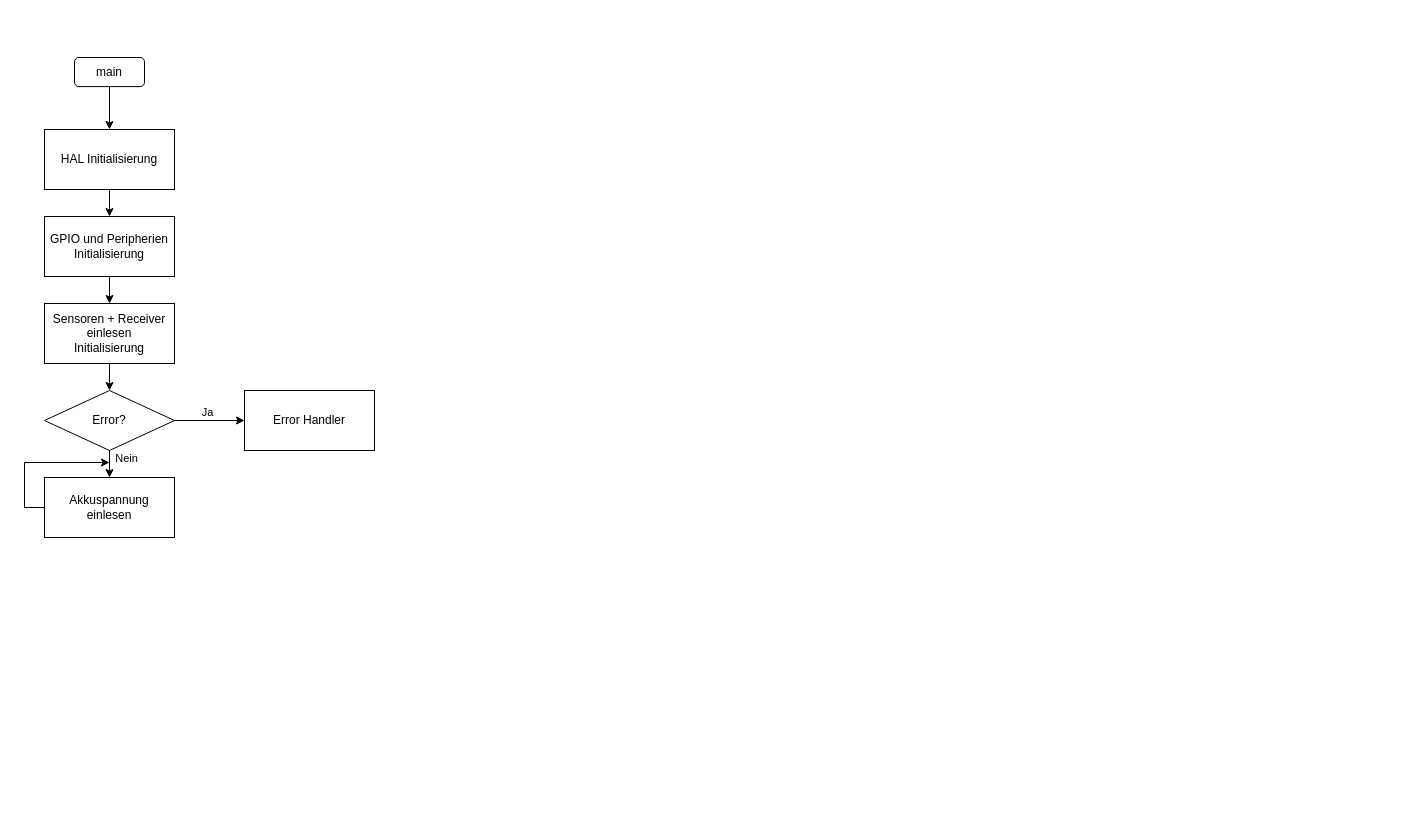
The draw.io diagram page "main" (2 of 5) of Dokumentation/Bilder/Softwarearchitektur/Softwarearchitektur.drawio in FrogMoment/FPV_Drohne_202324, before the edit. Source tidied: cells renumbered, new cells numbered last; positions are measured from the earlier drawing's top-left corner, leaving out a move shared by most shapes. Both pictures are drawn from the tidied source at 100%, with x=0, y=0 at pixel (24, 57).
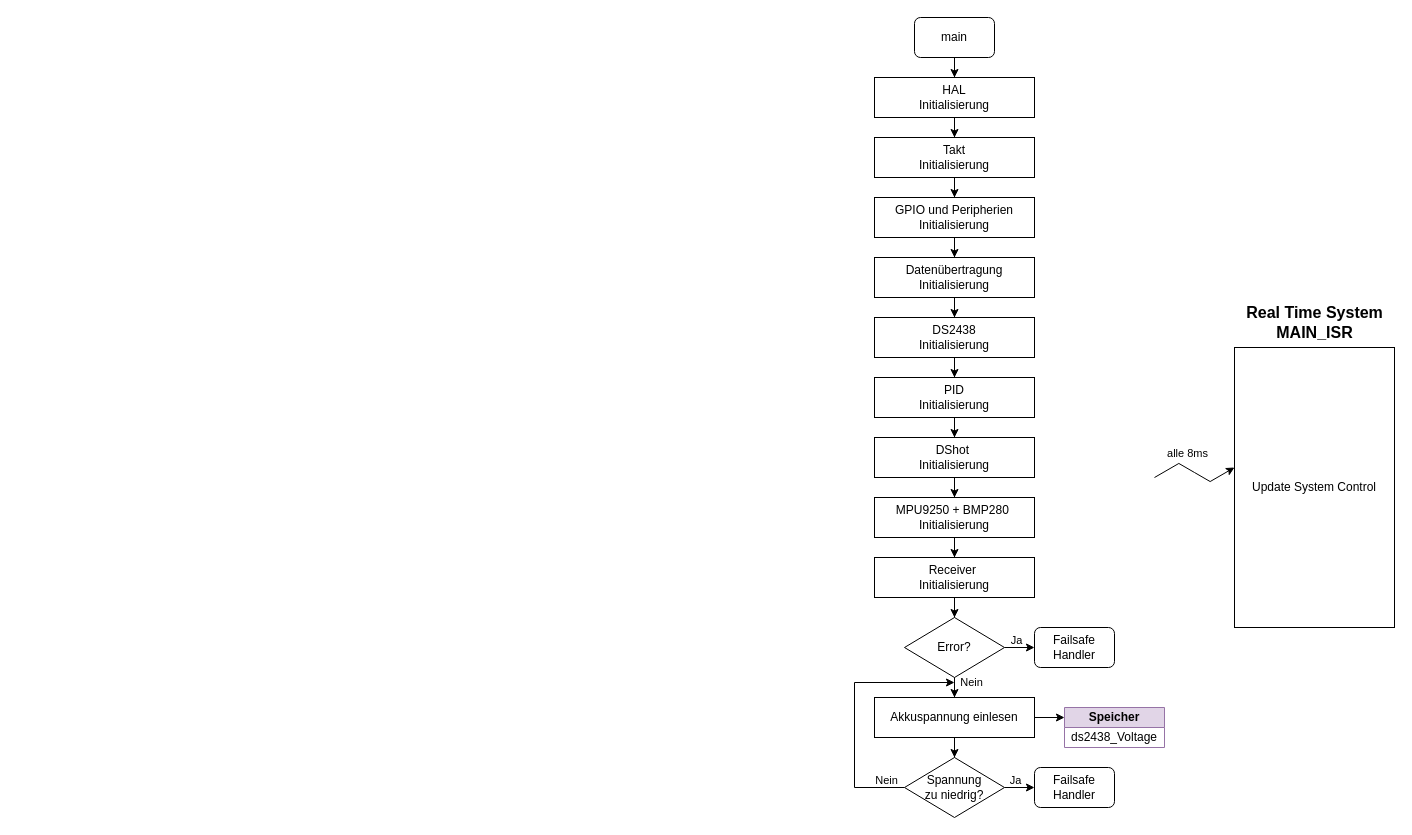
After the change.

The edit, as a diff of the source:
```diff
@@
     <mxCell id="3" value="main" style="whiteSpace=wrap;html=1;rounded=1;" parent="1" vertex="1">
-      <mxGeometry x="50" width="70" height="29.1" as="geometry" />
+      <mxGeometry x="890" y="-40" width="80" height="40" as="geometry" />
     </mxCell>
-    <mxCell id="4" style="edgeStyle=orthogonalEdgeStyle;rounded=0;jettySize=auto;html=1;entryX=0.5;entryY=0;entryDx=0;entryDy=0;" parent="1" edge="1" source="5" target="7">
-      <mxGeometry relative="1" as="geometry" />
-    </mxCell>
+    <mxCell id="18" style="edgeStyle=orthogonalEdgeStyle;rounded=0;jettySize=auto;html=1;entryX=0.5;entryY=0;entryDx=0;entryDy=0;" parent="1" edge="1" source="5" target="20">
+      <mxGeometry relative="1" as="geometry" />
+    </mxCell>
-    <mxCell id="5" value="HAL Initialisierung" style="whiteSpace=wrap;html=1;" parent="1" vertex="1">
-      <mxGeometry x="20" y="72" width="130" height="60" as="geometry" />
+    <mxCell id="5" value="HAL&lt;div&gt;Initialisierung&lt;/div&gt;" style="whiteSpace=wrap;html=1;" parent="1" vertex="1">
+      <mxGeometry x="850" y="20" width="160" height="40" as="geometry" />
     </mxCell>
-    <mxCell id="6" style="edgeStyle=orthogonalEdgeStyle;rounded=0;jettySize=auto;html=1;entryX=0.5;entryY=0;entryDx=0;entryDy=0;" parent="1" edge="1" source="7" target="9">
-      <mxGeometry relative="1" as="geometry" />
-    </mxCell>
+    <mxCell id="19" style="edgeStyle=orthogonalEdgeStyle;rounded=0;jettySize=auto;html=1;entryX=0.5;entryY=0;entryDx=0;entryDy=0;" parent="1" edge="1" source="20" target="7">
+      <mxGeometry relative="1" as="geometry" />
+    </mxCell>
+    <mxCell id="20" value="Takt&lt;div&gt;Initialisierung&lt;/div&gt;" style="whiteSpace=wrap;html=1;" parent="1" vertex="1">
+      <mxGeometry x="850" y="80" width="160" height="40" as="geometry" />
+    </mxCell>
+    <mxCell id="21" style="edgeStyle=orthogonalEdgeStyle;rounded=0;jettySize=auto;html=1;entryX=0.5;entryY=0;entryDx=0;entryDy=0;" parent="1" edge="1" source="7" target="23">
+      <mxGeometry relative="1" as="geometry" />
+    </mxCell>
     <mxCell id="7" value="GPIO und Peripherien Initialisierung" style="whiteSpace=wrap;html=1;" parent="1" vertex="1">
-      <mxGeometry x="20" y="159" width="130" height="60" as="geometry" />
+      <mxGeometry x="850" y="140" width="160" height="40" as="geometry" />
     </mxCell>
-    <mxCell id="8" style="edgeStyle=orthogonalEdgeStyle;rounded=0;jettySize=auto;html=1;entryX=0.5;entryY=0;entryDx=0;entryDy=0;" parent="1" edge="1" source="9" target="14">
-      <mxGeometry relative="1" as="geometry" />
-    </mxCell>
-    <mxCell id="9" value="Sensoren + Receiver einlesen&lt;br&gt;Initialisierung" style="whiteSpace=wrap;html=1;" parent="1" vertex="1">
-      <mxGeometry x="20" y="246" width="130" height="60" as="geometry" />
-    </mxCell>
-    <mxCell id="10" style="edgeStyle=orthogonalEdgeStyle;rounded=0;jettySize=auto;html=1;entryX=0.5;entryY=0;entryDx=0;entryDy=0;" parent="1" edge="1" source="14">
-      <mxGeometry relative="1" as="geometry">
-        <mxPoint x="85" y="420" as="targetPoint" />
-      </mxGeometry>
-    </mxCell>
-    <mxCell id="11" value="Nein" style="edgeLabel;html=1;align=center;verticalAlign=middle;" parent="10" vertex="1">
-      <mxGeometry x="-0.27" relative="1" as="geometry">
-        <mxPoint x="16" y="-3" as="offset" />
-      </mxGeometry>
-    </mxCell>
-    <mxCell id="12" style="edgeStyle=orthogonalEdgeStyle;rounded=0;jettySize=auto;html=1;entryX=0;entryY=0.5;entryDx=0;entryDy=0;" parent="1" edge="1" source="14" target="15">
-      <mxGeometry relative="1" as="geometry" />
-    </mxCell>
-    <mxCell id="13" value="Ja" style="edgeLabel;html=1;align=center;verticalAlign=middle;" parent="12" vertex="1">
-      <mxGeometry x="-0.38" relative="1" as="geometry">
-        <mxPoint x="10" y="-9" as="offset" />
-      </mxGeometry>
-    </mxCell>
+    <mxCell id="22" style="edgeStyle=orthogonalEdgeStyle;rounded=0;jettySize=auto;html=1;entryX=0.5;entryY=0;entryDx=0;entryDy=0;" parent="1" edge="1" source="23" target="25">
+      <mxGeometry relative="1" as="geometry" />
+    </mxCell>
+    <mxCell id="23" value="Datenübertragung&lt;div&gt;Initialisierung&lt;/div&gt;" style="whiteSpace=wrap;html=1;" parent="1" vertex="1">
+      <mxGeometry x="850" y="200" width="160" height="40" as="geometry" />
+    </mxCell>
+    <mxCell id="24" style="edgeStyle=orthogonalEdgeStyle;rounded=0;jettySize=auto;html=1;entryX=0.5;entryY=0;entryDx=0;entryDy=0;" parent="1" edge="1" source="25" target="27">
+      <mxGeometry relative="1" as="geometry" />
+    </mxCell>
+    <mxCell id="25" value="DS2438&lt;div&gt;Initialisierung&lt;/div&gt;" style="whiteSpace=wrap;html=1;" parent="1" vertex="1">
+      <mxGeometry x="850" y="260" width="160" height="40" as="geometry" />
+    </mxCell>
+    <mxCell id="26" style="edgeStyle=orthogonalEdgeStyle;rounded=0;jettySize=auto;html=1;entryX=0.5;entryY=0;entryDx=0;entryDy=0;" parent="1" edge="1" source="27" target="29">
+      <mxGeometry relative="1" as="geometry" />
+    </mxCell>
+    <mxCell id="27" value="PID&lt;div&gt;Initialisierung&lt;/div&gt;" style="whiteSpace=wrap;html=1;" parent="1" vertex="1">
+      <mxGeometry x="850" y="320" width="160" height="40" as="geometry" />
+    </mxCell>
+    <mxCell id="28" style="edgeStyle=orthogonalEdgeStyle;rounded=0;jettySize=auto;html=1;entryX=0.5;entryY=0;entryDx=0;entryDy=0;" parent="1" edge="1" source="29" target="31">
+      <mxGeometry relative="1" as="geometry" />
+    </mxCell>
+    <mxCell id="29" value="&lt;div&gt;DShot&amp;nbsp;&lt;/div&gt;&lt;div&gt;Initialisierung&lt;/div&gt;" style="whiteSpace=wrap;html=1;" parent="1" vertex="1">
+      <mxGeometry x="850" y="380" width="160" height="40" as="geometry" />
+    </mxCell>
+    <mxCell id="30" style="edgeStyle=orthogonalEdgeStyle;rounded=0;jettySize=auto;html=1;entryX=0.5;entryY=0;entryDx=0;entryDy=0;" parent="1" edge="1" source="31" target="33">
+      <mxGeometry relative="1" as="geometry" />
+    </mxCell>
+    <mxCell id="31" value="&lt;div&gt;MPU9250 + BMP280&amp;nbsp;&lt;/div&gt;&lt;div&gt;Initialisierung&lt;/div&gt;" style="whiteSpace=wrap;html=1;" parent="1" vertex="1">
+      <mxGeometry x="850" y="440" width="160" height="40" as="geometry" />
+    </mxCell>
+    <mxCell id="32" style="edgeStyle=orthogonalEdgeStyle;rounded=0;jettySize=auto;html=1;entryX=0.5;entryY=0;entryDx=0;entryDy=0;" parent="1" edge="1" source="33" target="14">
+      <mxGeometry relative="1" as="geometry" />
+    </mxCell>
+    <mxCell id="33" value="&lt;div&gt;Receiver&amp;nbsp;&lt;/div&gt;&lt;div&gt;Initialisierung&lt;/div&gt;" style="whiteSpace=wrap;html=1;" parent="1" vertex="1">
+      <mxGeometry x="850" y="500" width="160" height="40" as="geometry" />
+    </mxCell>
+    <mxCell id="34" style="edgeStyle=orthogonalEdgeStyle;rounded=0;jettySize=auto;html=1;entryX=0;entryY=0.5;entryDx=0;entryDy=0;" parent="1" edge="1" source="14" target="38">
+      <mxGeometry relative="1" as="geometry" />
+    </mxCell>
+    <mxCell id="35" value="Ja" style="edgeLabel;html=1;align=center;verticalAlign=middle;" parent="34" vertex="1">
+      <mxGeometry x="-0.38" y="2" relative="1" as="geometry">
+        <mxPoint x="-5" y="-6" as="offset" />
+      </mxGeometry>
+    </mxCell>
+    <mxCell id="36" style="edgeStyle=orthogonalEdgeStyle;rounded=0;jettySize=auto;html=1;entryX=0.5;entryY=0;entryDx=0;entryDy=0;" parent="1" edge="1" source="14" target="16">
+      <mxGeometry relative="1" as="geometry" />
+    </mxCell>
+    <mxCell id="37" value="Nein" style="edgeLabel;html=1;align=center;verticalAlign=middle;" parent="36" vertex="1">
+      <mxGeometry x="0.56" y="1" relative="1" as="geometry">
+        <mxPoint x="15" y="-3" as="offset" />
+      </mxGeometry>
+    </mxCell>
     <mxCell id="14" value="Error?" style="rhombus;whiteSpace=wrap;html=1;" parent="1" vertex="1">
-      <mxGeometry x="20" y="333" width="130" height="60" as="geometry" />
+      <mxGeometry x="880" y="560" width="100" height="60" as="geometry" />
     </mxCell>
-    <mxCell id="15" value="Error Handler" style="whiteSpace=wrap;html=1;" parent="1" vertex="1">
-      <mxGeometry x="220" y="333" width="130" height="60" as="geometry" />
-    </mxCell>
+    <mxCell id="38" value="Failsafe Handler" style="whiteSpace=wrap;html=1;rounded=1;" parent="1" vertex="1">
+      <mxGeometry x="1010" y="570" width="80" height="40" as="geometry" />
+    </mxCell>
+    <mxCell id="39" style="edgeStyle=orthogonalEdgeStyle;rounded=0;jettySize=auto;html=1;entryX=0.5;entryY=0;entryDx=0;entryDy=0;" parent="1" edge="1" source="16" target="45">
+      <mxGeometry relative="1" as="geometry" />
+    </mxCell>
+    <mxCell id="40" style="edgeStyle=orthogonalEdgeStyle;rounded=0;jettySize=auto;html=1;entryX=0;entryY=0.25;entryDx=0;entryDy=0;" parent="1" edge="1" source="16" target="51">
+      <mxGeometry relative="1" as="geometry" />
+    </mxCell>
-    <mxCell id="16" value="Akkuspannung&lt;br&gt;einlesen" style="whiteSpace=wrap;html=1;" parent="1" vertex="1">
-      <mxGeometry x="20" y="420" width="130" height="60" as="geometry" />
+    <mxCell id="16" value="&lt;div&gt;Akkuspannung einlesen&lt;/div&gt;" style="whiteSpace=wrap;html=1;" parent="1" vertex="1">
+      <mxGeometry x="850" y="640" width="160" height="40" as="geometry" />
     </mxCell>
-    <mxCell id="17" style="endArrow=classic;html=1;rounded=0;exitX=0;exitY=0.5;exitDx=0;exitDy=0;" parent="1" edge="1" source="16">
-      <mxGeometry relative="1" as="geometry">
-        <mxPoint x="85" y="405" as="targetPoint" />
-        <Array as="points">
-          <mxPoint y="450" />
-          <mxPoint y="405" />
-        </Array>
-      </mxGeometry>
-    </mxCell>
+    <mxCell id="41" style="edgeStyle=orthogonalEdgeStyle;rounded=0;jettySize=auto;html=1;entryX=0;entryY=0.5;entryDx=0;entryDy=0;" parent="1" edge="1" source="45" target="46">
+      <mxGeometry relative="1" as="geometry" />
+    </mxCell>
+    <mxCell id="42" value="Ja" style="edgeLabel;html=1;align=center;verticalAlign=middle;" parent="41" vertex="1">
+      <mxGeometry x="0.26" y="1" relative="1" as="geometry">
+        <mxPoint x="-2" y="-7" as="offset" />
+      </mxGeometry>
+    </mxCell>
+    <mxCell id="43" style="edgeStyle=orthogonalEdgeStyle;rounded=0;jettySize=auto;html=1;exitX=0;exitY=0.5;exitDx=0;exitDy=0;" parent="1" edge="1" source="45">
+      <mxGeometry relative="1" as="geometry">
+        <mxPoint x="930" y="625" as="targetPoint" />
+        <Array as="points">
+          <mxPoint x="830" y="730" />
+          <mxPoint x="830" y="625" />
+        </Array>
+      </mxGeometry>
+    </mxCell>
+    <mxCell id="44" value="Nein" style="edgeLabel;html=1;align=center;verticalAlign=middle;" parent="43" vertex="1">
+      <mxGeometry x="-0.85" y="-1" relative="1" as="geometry">
+        <mxPoint y="-7" as="offset" />
+      </mxGeometry>
+    </mxCell>
+    <mxCell id="45" value="Spannung&lt;div&gt;zu niedrig?&lt;/div&gt;" style="rhombus;whiteSpace=wrap;html=1;" parent="1" vertex="1">
+      <mxGeometry x="880" y="700" width="100" height="60" as="geometry" />
+    </mxCell>
+    <mxCell id="46" value="Failsafe Handler" style="whiteSpace=wrap;html=1;rounded=1;" parent="1" vertex="1">
+      <mxGeometry x="1010" y="710" width="80" height="40" as="geometry" />
+    </mxCell>
+    <mxCell id="47" style="edgeStyle=isometricEdgeStyle;endArrow=classic;html=1;rounded=0;endFill=1;" parent="1" edge="1">
+      <mxGeometry relative="1" as="geometry">
+        <mxPoint x="1130" y="420" as="sourcePoint" />
+        <mxPoint x="1210" y="410" as="targetPoint" />
+      </mxGeometry>
+    </mxCell>
+    <mxCell id="48" value="alle 8ms" style="edgeLabel;html=1;align=center;verticalAlign=middle;" parent="47" vertex="1">
+      <mxGeometry x="-0.25" y="-1" relative="1" as="geometry">
+        <mxPoint x="3" y="-15" as="offset" />
+      </mxGeometry>
+    </mxCell>
+    <mxCell id="49" value="&lt;div&gt;Update System Control&lt;/div&gt;" style="whiteSpace=wrap;html=1;" parent="1" vertex="1">
+      <mxGeometry x="1210" y="290" width="160" height="280" as="geometry" />
+    </mxCell>
+    <mxCell id="50" value="&lt;div&gt;&lt;b&gt;&lt;font style=&quot;font-size: 16px;&quot;&gt;Real Time System&lt;/font&gt;&lt;/b&gt;&lt;/div&gt;&lt;b&gt;&lt;font style=&quot;font-size: 16px;&quot;&gt;MAIN_ISR&lt;/font&gt;&lt;/b&gt;" style="text;html=1;align=center;verticalAlign=middle;strokeColor=none;fillColor=none;" parent="1" vertex="1">
+      <mxGeometry x="1210" y="240" width="160" height="50" as="geometry" />
+    </mxCell>
+    <mxCell id="51" value="&lt;b&gt;Speicher&lt;/b&gt;" style="swimlane;fontStyle=0;horizontal=1;startSize=20;whiteSpace=wrap;html=1;fillColor=#e1d5e7;strokeColor=#9673a6;" parent="1" vertex="1">
+      <mxGeometry x="1040" y="650" width="100" height="40" as="geometry" />
+    </mxCell>
+    <mxCell id="52" value="&lt;font style=&quot;font-size: 12px;&quot;&gt;ds2438_Voltage&lt;/font&gt;" style="text;strokeColor=none;fillColor=none;align=center;verticalAlign=middle;spacingLeft=4;spacingRight=4;overflow=hidden;whiteSpace=wrap;html=1;" parent="51" vertex="1">
+      <mxGeometry y="20" width="100" height="20" as="geometry" />
+    </mxCell>
```
